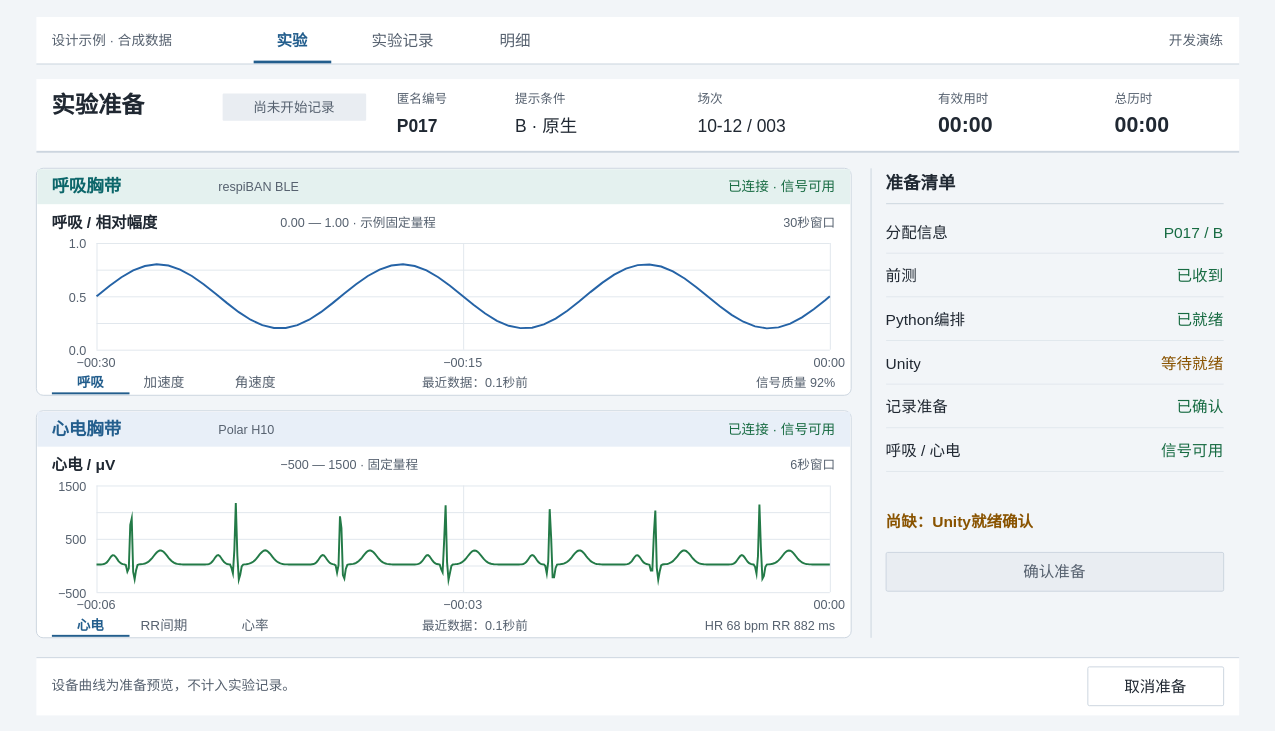
The draw.io diagram page "02 准备与曲线预览" (2 of 12) of human/deliverables/t01-workbench-design-20261012/t01-workbench-redesign-final.drawio in JunyeFu/Emotional-Healing-System, before the edit. Source tidied: cells renumbered, new cells numbered last; positions are measured from the earlier drawing's top-left corner, leaving out a move shared by most shapes. Both pictures are drawn from the tidied source at 97%, with x=0, y=0 at pixel (16, 16).
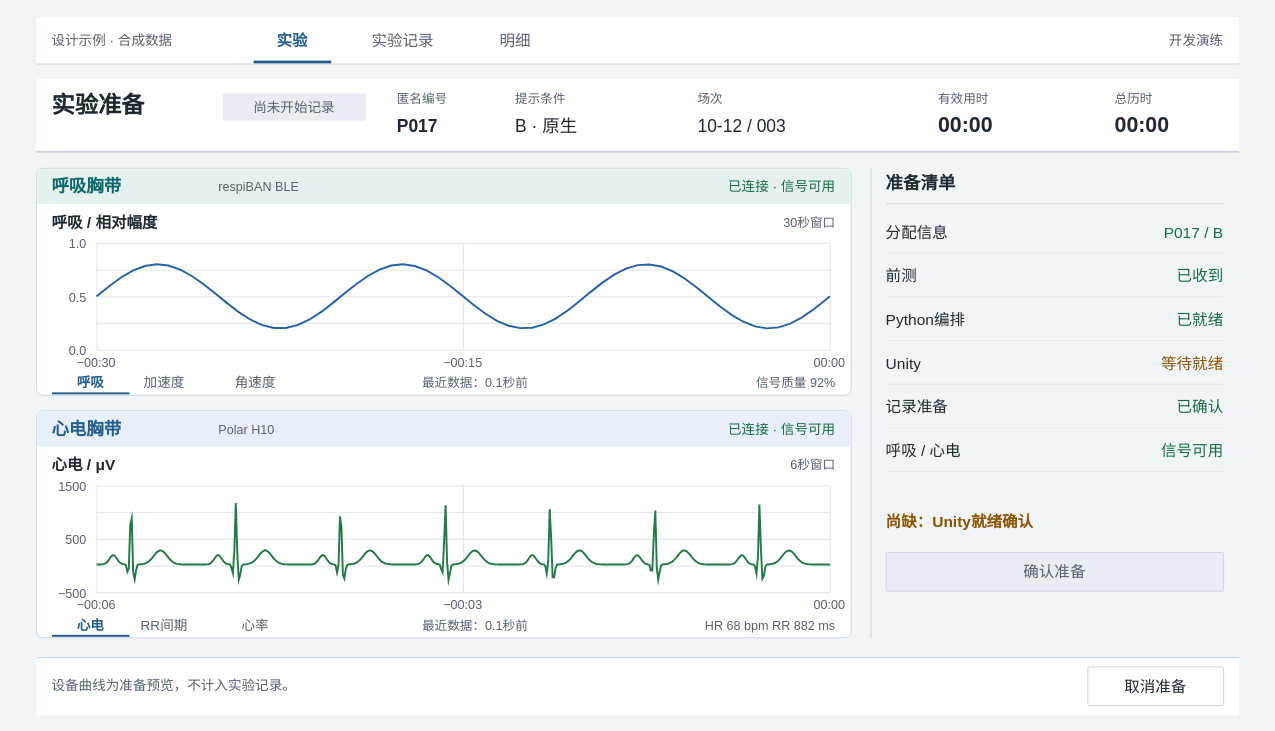
Above is the later version.

Diff of the diagram source:
```diff
@@
-    <mxCell id="33" value="0.00 — 1.00 · 示例固定量程" style="text;html=0;strokeColor=none;fillColor=none;whiteSpace=wrap;overflow=hidden;fontFamily=Microsoft YaHei;fontSize=13;fontColor=#56616F;fontStyle=0;align=left;verticalAlign=middle;spacing=0;" parent="1" vertex="1">
-      <mxGeometry x="272" y="199" width="360" height="26" as="geometry" />
-    </mxCell>
@@
-    <mxCell id="62" value="−500 — 1500 · 固定量程" style="text;html=0;strokeColor=none;fillColor=none;whiteSpace=wrap;overflow=hidden;fontFamily=Microsoft YaHei;fontSize=13;fontColor=#56616F;fontStyle=0;align=left;verticalAlign=middle;spacing=0;" parent="1" vertex="1">
-      <mxGeometry x="272" y="449" width="360" height="26" as="geometry" />
-    </mxCell>
```
